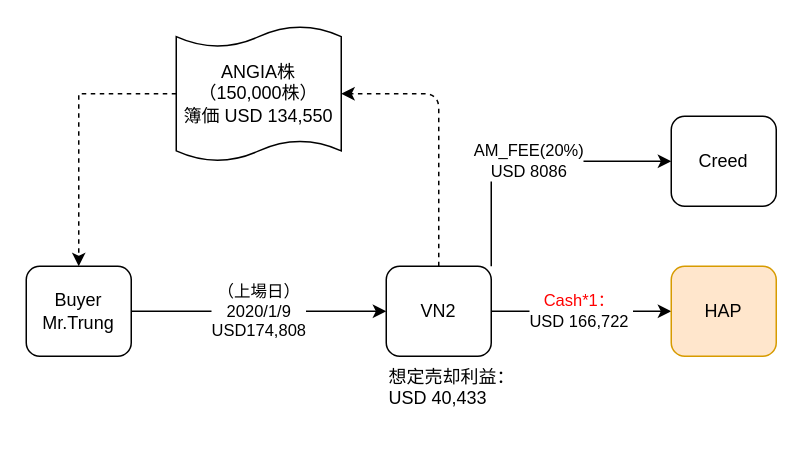
The draw.io diagram page "ANGIA株一部売却" (2 of 3) of Untitled Diagram.drawio in EthanKeng/scrapy_test, before the edit. Source tidied: cells renumbered, new cells numbered last; positions are measured from the earlier drawing's top-left corner, leaving out a move shared by most shapes. Both pictures are drawn from the tidied source at 150%, with x=0, y=0 at pixel (26, 26).
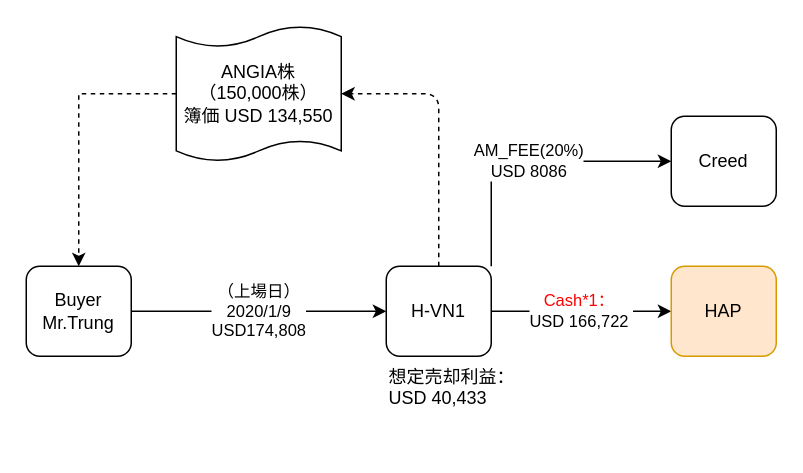
After the change.

Change to the diagram source:
```diff
@@
 <mxGraphModel>
   <root>
     <mxCell id="0" />
     <mxCell id="1" parent="0" />
     <mxCell id="2" value="（上場日）&lt;br&gt;2020/1/9&lt;br&gt;USD174,808" style="edgeStyle=orthogonalEdgeStyle;rounded=0;jettySize=auto;html=1;" parent="1" edge="1" source="3" target="5">
       <mxGeometry relative="1" as="geometry">
         <Array as="points">
           <mxPoint x="160" y="190" />
           <mxPoint x="160" y="190" />
         </Array>
       </mxGeometry>
     </mxCell>
     <mxCell id="3" value="Buyer&lt;br&gt;Mr.Trung" style="rounded=1;whiteSpace=wrap;html=1;" parent="1" vertex="1">
       <mxGeometry y="160" width="70" height="60" as="geometry" />
     </mxCell>
     <mxCell id="4" value="&lt;font color=&quot;#ff0000&quot;&gt;Cash*1：&lt;/font&gt;&amp;nbsp;&lt;br&gt;USD 166,722&amp;nbsp;" style="edgeStyle=orthogonalEdgeStyle;rounded=0;jettySize=auto;html=1;" parent="1" edge="1" source="5" target="6">
       <mxGeometry relative="1" as="geometry" />
     </mxCell>
-    <mxCell id="5" value="VN2" style="rounded=1;whiteSpace=wrap;html=1;" parent="1" vertex="1">
+    <mxCell id="5" value="H-VN1" style="rounded=1;whiteSpace=wrap;html=1;" parent="1" vertex="1">
       <mxGeometry x="240" y="160" width="70" height="60" as="geometry" />
     </mxCell>
     <mxCell id="6" value="HAP" style="rounded=1;whiteSpace=wrap;html=1;fillColor=#ffe6cc;strokeColor=#d79b00;" parent="1" vertex="1">
       <mxGeometry x="430" y="160" width="70" height="60" as="geometry" />
     </mxCell>
     <mxCell id="7" value="Creed" style="rounded=1;whiteSpace=wrap;html=1;" parent="1" vertex="1">
       <mxGeometry x="430" y="60" width="70" height="60" as="geometry" />
     </mxCell>
     <mxCell id="8" style="endArrow=classic;html=1;exitX=0.5;exitY=0;exitDx=0;exitDy=0;dashed=1;" parent="1" edge="1" source="5" target="10">
       <mxGeometry relative="1" as="geometry">
         <Array as="points">
           <mxPoint x="275" y="45" />
         </Array>
       </mxGeometry>
     </mxCell>
     <mxCell id="9" style="edgeStyle=orthogonalEdgeStyle;rounded=0;jettySize=auto;html=1;dashed=1;entryX=0.5;entryY=0;entryDx=0;entryDy=0;" parent="1" edge="1" source="10" target="3">
       <mxGeometry relative="1" as="geometry" />
     </mxCell>
     <mxCell id="10" value="ANGIA株&lt;br&gt;（150,000株）&lt;br&gt;簿価 USD 134,550" style="shape=tape;whiteSpace=wrap;html=1;size=0.1538459190955529;" parent="1" vertex="1">
       <mxGeometry x="100" width="110" height="90" as="geometry" />
     </mxCell>
     <mxCell id="11" value="想定売却利益：&lt;br&gt;USD 40,433" style="text;html=1;strokeColor=none;fillColor=none;align=left;verticalAlign=top;whiteSpace=wrap;rounded=0;" parent="1" vertex="1">
       <mxGeometry x="240" y="220" width="110" height="60" as="geometry" />
     </mxCell>
     <mxCell id="12" value="AM_FEE(20%)&lt;br&gt;USD 8086" style="endArrow=classic;html=1;exitX=1;exitY=0;exitDx=0;exitDy=0;" parent="1" edge="1" source="5" target="7">
       <mxGeometry relative="1" as="geometry">
         <Array as="points">
           <mxPoint x="310" y="90" />
         </Array>
       </mxGeometry>
     </mxCell>
   </root>
 </mxGraphModel>
```
